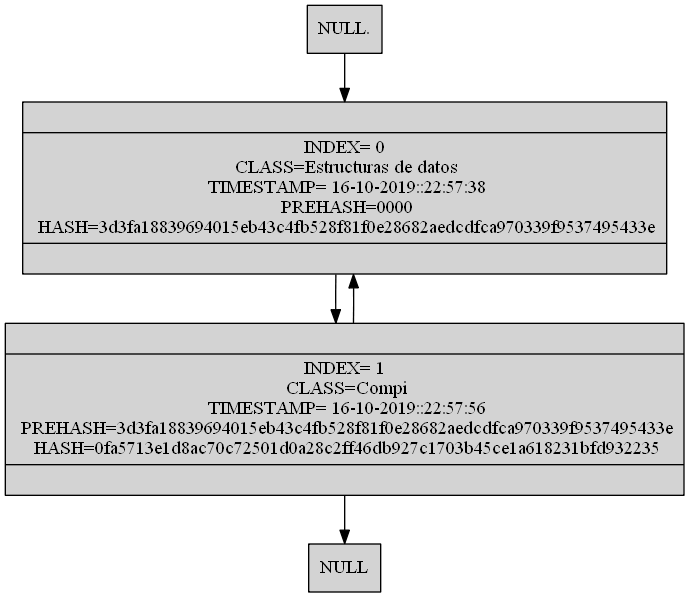
Above: [EDD]P2_201701133/ListaDobleBlock.png in SelvinLP/EDD_2S2019_P2_201701133 (Graphviz), before the change. Its source is kept beside it as [EDD]P2_201701133/ListaDobleBlock.dot.
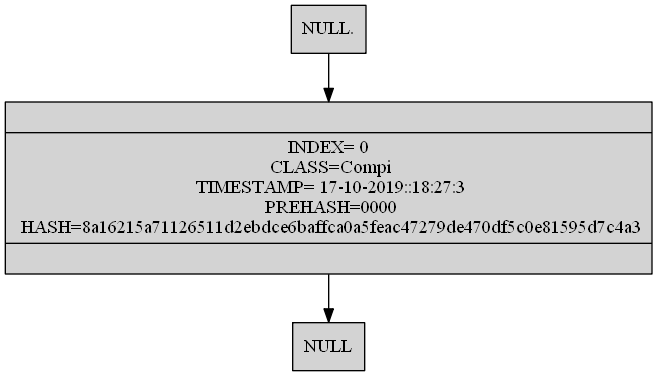
Above is the later version.

Change to the diagram source:
```diff
@@ -4,18 +4,9 @@
 node[shape=record,style=filled]
 "NULL" [shape=box]
 "NULL." [shape=box]
- "(Estructuras de datos
-)"[label ="{| INDEX= 0\n CLASS=Estructuras de datos
-\n TIMESTAMP= 16-10-2019::22:57:38\n PREHASH=0000\n HASH=3d3fa18839694015eb43c4fb528f81f0e28682aedcdfca970339f9537495433e| }"]
- "(Compi
-)"[label ="{| INDEX= 1\n CLASS=Compi
-\n TIMESTAMP= 16-10-2019::22:57:56\n PREHASH=3d3fa18839694015eb43c4fb528f81f0e28682aedcdfca970339f9537495433e\n HASH=0fa5713e1d8ac70c72501d0a28c2ff46db927c1703b45ce1a618231bfd932235| }"]
+ "(Compi)"[label ="{| INDEX= 0\n CLASS=Compi\n TIMESTAMP= 17-10-2019::18:27:3\n PREHASH=0000\n HASH=8a16215a71126511d2ebdce6baffca0a5feac47279de470df5c0e81595d7c4a3| }"]
 
-"NULL." ->  "(Estructuras de datos
-)" ->  "(Compi
-)" -> "NULL"
- "(Estructuras de datos
-)" ->  "(Compi
-)"[dir=back]
+"NULL." ->  "(Compi)" -> "NULL"
+ "(Compi)"[dir=back]
 
 }
```
